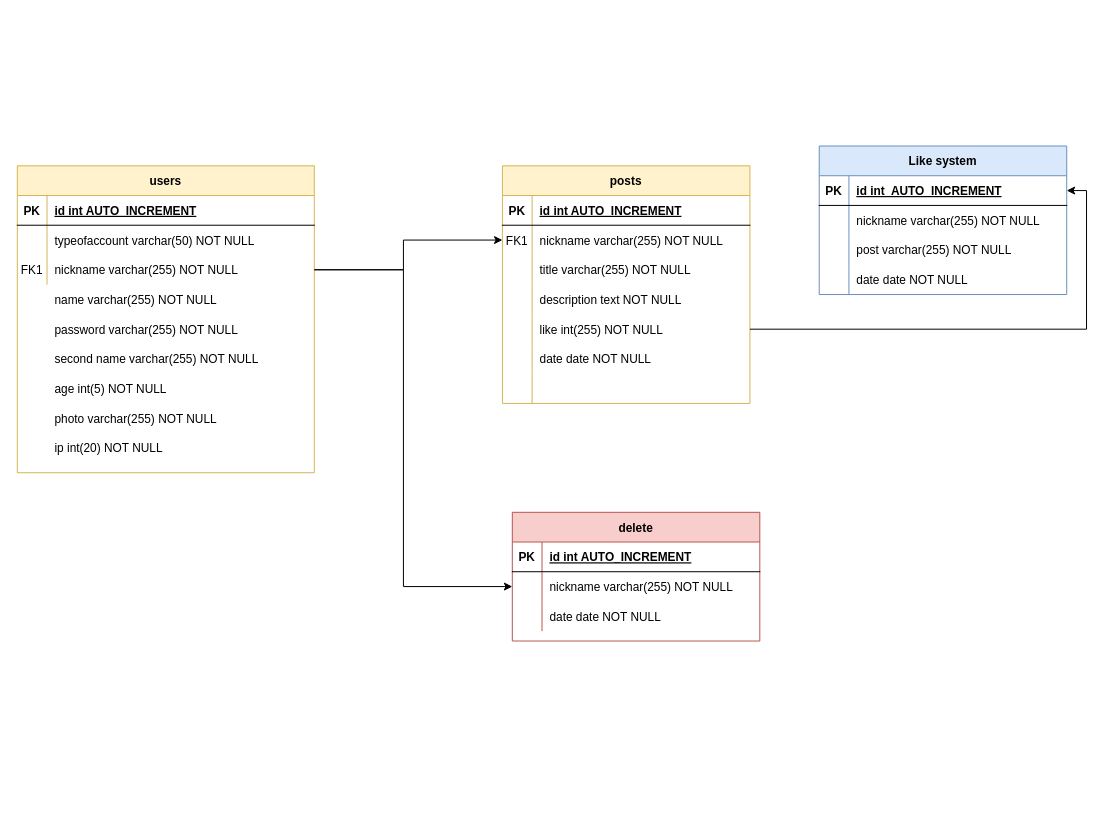
Earlier version of the draw.io diagram Untitled Diagram.drawio (REDCROSS16/BD_project). Source tidied: cells renumbered, new cells numbered last; positions are measured from the earlier drawing's top-left corner, leaving out a move shared by most shapes. Both pictures are drawn from the tidied source at 99%, with x=0, y=0 at pixel (17, 146).
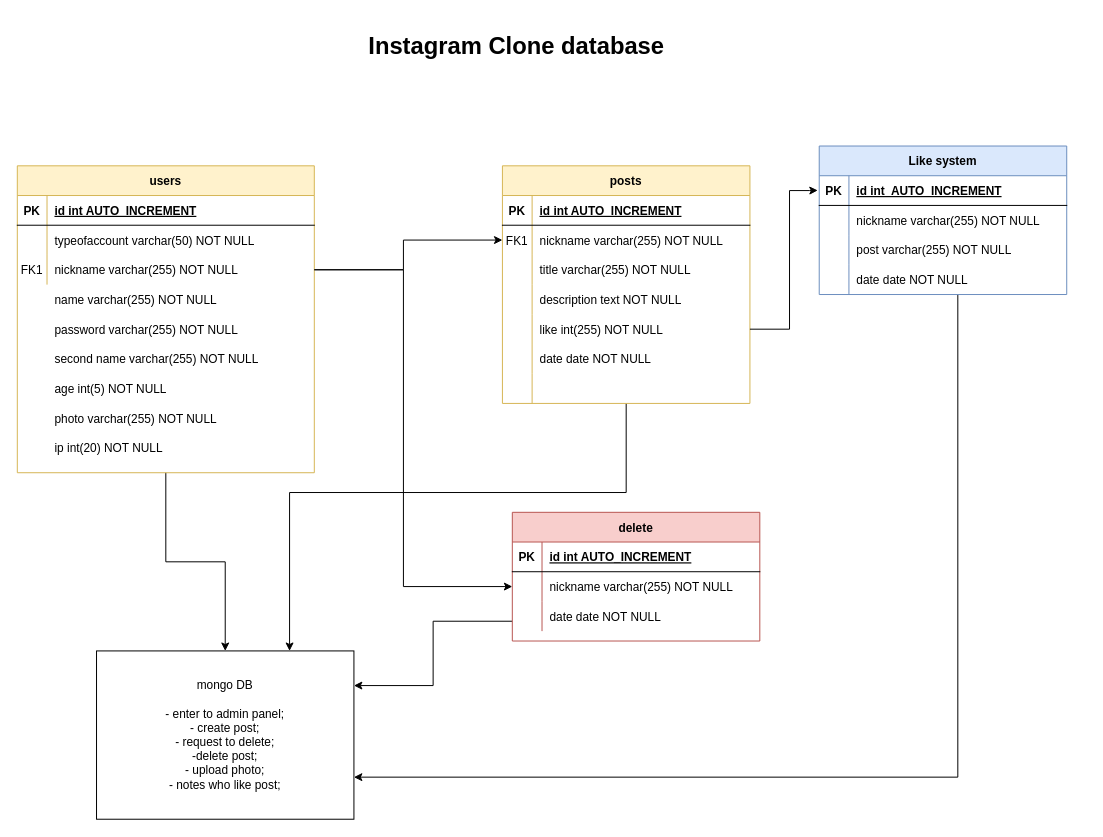
After the change.

Commit message:
mongo database upd.drawio

The change refers to these unchanged cells:
```xml
<mxCell id="2" value="posts" style="shape=table;startSize=30;childLayout=tableLayout;rowLines=0;fontStyle=1;align=center;fillColor=#fff2cc;strokeColor=#d6b656;" parent="1" vertex="1">
  <mxGeometry x="490" y="20" width="250" height="240" as="geometry" />
</mxCell>
<mxCell id="15" style="shape=partialRectangle;fillColor=none;points=[[0,0.5],[1,0.5]];portConstraint=eastwest;top=0;left=0;right=0;bottom=0;" parent="2" vertex="1">
  <mxGeometry y="150" width="250" height="30" as="geometry" />
</mxCell>
<mxCell id="24" value="delete" style="shape=table;startSize=30;childLayout=tableLayout;rowLines=0;fontStyle=1;align=center;fillColor=#f8cecc;strokeColor=#b85450;" parent="1" vertex="1">
  <mxGeometry x="500" y="370" width="250" height="130" as="geometry" />
</mxCell>
<mxCell id="34" value="users" style="shape=table;startSize=30;childLayout=tableLayout;rowLines=0;fontStyle=1;align=center;fillColor=#fff2cc;strokeColor=#d6b656;" parent="1" vertex="1">
  <mxGeometry y="20" width="300" height="310" as="geometry" />
</mxCell>
<mxCell id="44" value="Like system" style="shape=table;startSize=30;childLayout=tableLayout;rowLines=0;fontStyle=1;align=center;fillColor=#dae8fc;strokeColor=#6c8ebf;" parent="1" vertex="1">
  <mxGeometry x="810" width="250" height="150" as="geometry" />
</mxCell>
<mxCell id="45" style="shape=partialRectangle;fillColor=none;points=[[0,0.5],[1,0.5]];portConstraint=eastwest;top=0;left=0;right=0;bottom=1;" parent="44" vertex="1">
  <mxGeometry y="30" width="250" height="30" as="geometry" />
</mxCell>
```

Change to the diagram source:
```diff
@@
+    <mxCell id="67" style="edgeStyle=orthogonalEdgeStyle;rounded=0;jettySize=auto;html=1;entryX=0.75;entryY=0;entryDx=0;entryDy=0;" parent="1" edge="1" source="2" target="72">
+      <mxGeometry relative="1" as="geometry">
+        <Array as="points">
+          <mxPoint x="615" y="350" />
+          <mxPoint x="275" y="350" />
+        </Array>
+      </mxGeometry>
+    </mxCell>
@@
+    <mxCell id="68" style="edgeStyle=orthogonalEdgeStyle;rounded=0;jettySize=auto;html=1;entryX=1;entryY=0.75;entryDx=0;entryDy=0;" parent="1" edge="1" source="24">
+      <mxGeometry relative="1" as="geometry">
+        <mxPoint x="340" y="545" as="targetPoint" />
+        <Array as="points">
+          <mxPoint x="420" y="480" />
+          <mxPoint x="420" y="545" />
+        </Array>
+      </mxGeometry>
+    </mxCell>
@@
+    <mxCell id="69" style="edgeStyle=orthogonalEdgeStyle;rounded=0;jettySize=auto;html=1;entryX=0.5;entryY=0;entryDx=0;entryDy=0;" parent="1" edge="1" source="34" target="72">
+      <mxGeometry relative="1" as="geometry" />
+    </mxCell>
@@
+    <mxCell id="70" style="edgeStyle=orthogonalEdgeStyle;rounded=0;jettySize=auto;html=1;entryX=1;entryY=0.75;entryDx=0;entryDy=0;" parent="1" edge="1" source="44" target="72">
+      <mxGeometry relative="1" as="geometry">
+        <Array as="points">
+          <mxPoint x="950" y="637" />
+        </Array>
+      </mxGeometry>
+    </mxCell>
@@
-    <mxCell id="65" style="edgeStyle=orthogonalEdgeStyle;rounded=0;jettySize=auto;html=1;entryX=1;entryY=0.5;entryDx=0;entryDy=0;" parent="1" edge="1" source="15" target="45">
-      <mxGeometry relative="1" as="geometry" />
+    <mxCell id="65" style="edgeStyle=orthogonalEdgeStyle;rounded=0;jettySize=auto;html=1;entryX=-0.006;entryY=0.494;entryDx=0;entryDy=0;entryPerimeter=0;" parent="1" edge="1" source="15" target="45">
+      <mxGeometry relative="1" as="geometry">
+        <Array as="points">
+          <mxPoint x="780" y="185" />
+          <mxPoint x="780" y="45" />
+          <mxPoint x="800" y="45" />
+        </Array>
+      </mxGeometry>
     </mxCell>
@@
+    <mxCell id="71" value="&lt;h1&gt;Instagram Clone database&lt;br&gt;&lt;/h1&gt;&lt;p&gt;&lt;br&gt;&lt;/p&gt;" style="text;html=1;strokeColor=none;fillColor=none;spacing=5;spacingTop=-20;whiteSpace=wrap;overflow=hidden;rounded=0;" parent="1" vertex="1">
+      <mxGeometry x="350" y="-120" width="400" height="60" as="geometry" />
+    </mxCell>
+    <mxCell id="72" value="&lt;div&gt;mongo DB&lt;/div&gt;&lt;div&gt;&lt;br&gt;&lt;/div&gt;&lt;div&gt;- enter to admin panel;&lt;/div&gt;&lt;div&gt;- create post;&lt;/div&gt;&lt;div&gt;- request to delete;&lt;/div&gt;&lt;div&gt;-delete post;&lt;/div&gt;&lt;div&gt;- upload photo;&lt;/div&gt;&lt;div&gt;- notes who like post;&lt;br&gt;&lt;/div&gt;" style="rounded=0;whiteSpace=wrap;html=1;" parent="1" vertex="1">
+      <mxGeometry x="80" y="510" width="260" height="170" as="geometry" />
+    </mxCell>
```
